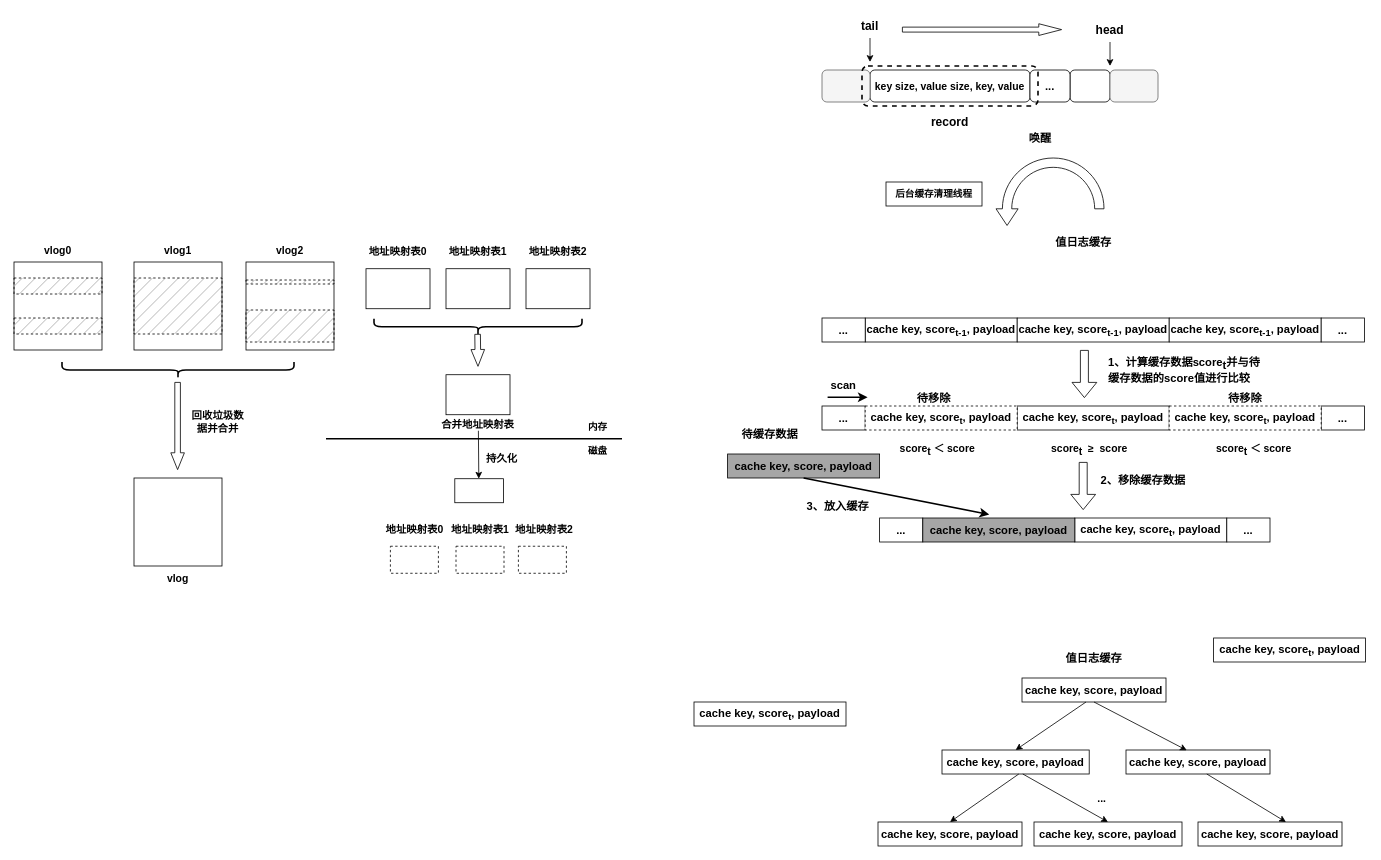
yeqiyi/drawIO keeps this draw.io diagram as page "第 2 页" (2 of 3) of RabbitKV.drawio. Above is the earlier version. Source tidied: cells renumbered, new cells numbered last; positions are measured from the earlier drawing's top-left corner, leaving out a move shared by most shapes. Both pictures are drawn from the tidied source at 80%, with x=0, y=0 at pixel (14, 14).
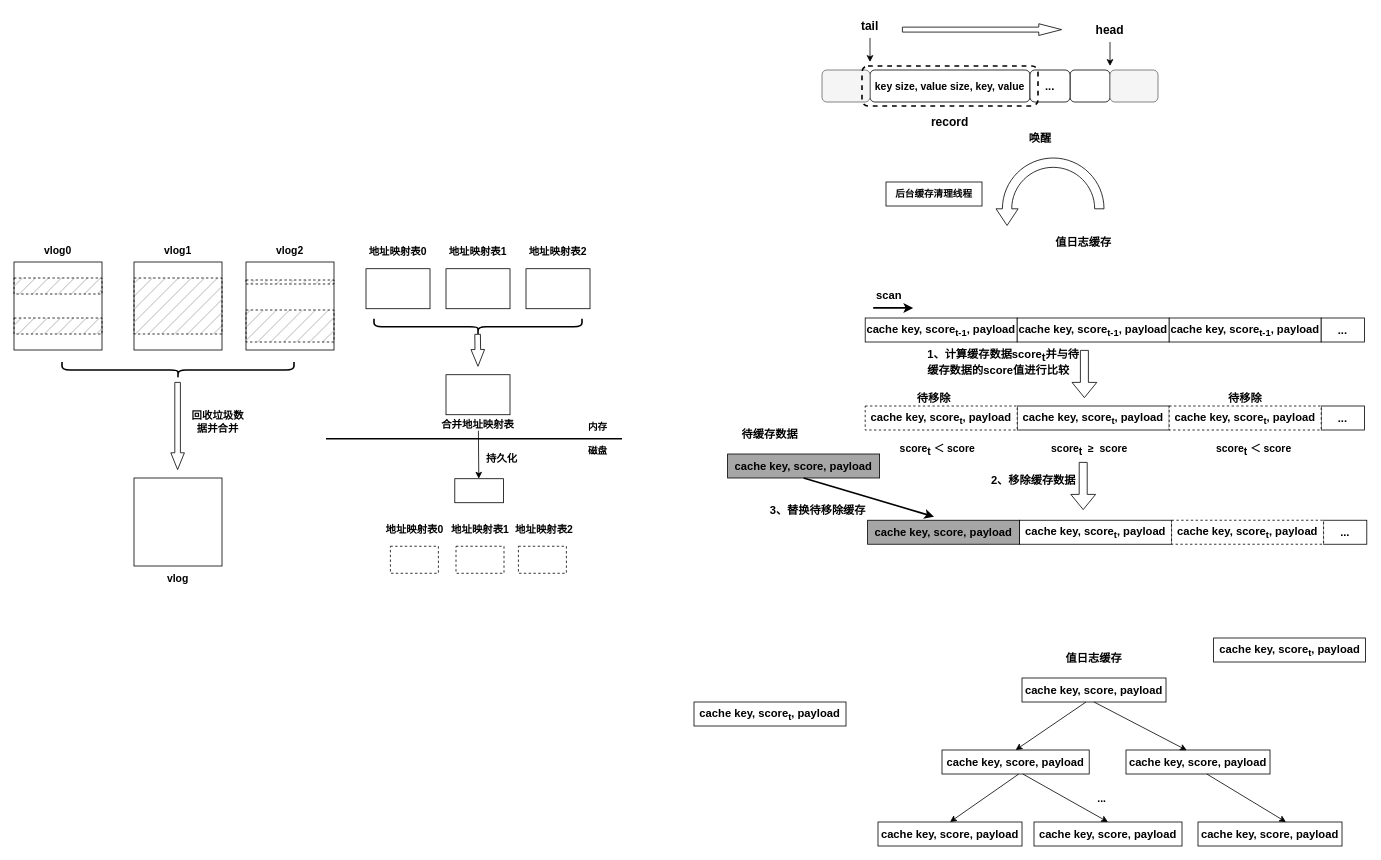
The same page after the edit.

Change to the diagram source:
```diff
@@
     <mxCell id="38" value="&lt;span style=&quot;font-size: 14px;&quot;&gt;&lt;font style=&quot;font-size: 14px;&quot;&gt;1、计算缓存数据score&lt;sub style=&quot;font-size: 14px;&quot;&gt;t&lt;/sub&gt;并与待缓存数据的score值进行比较&lt;/font&gt;&lt;/span&gt;" style="text;html=1;strokeColor=none;fillColor=none;align=left;verticalAlign=middle;whiteSpace=wrap;rounded=0;fontSize=14;fontStyle=1;" parent="1" vertex="1">
-      <mxGeometry x="1366" y="430" width="204" height="30" as="geometry" />
+      <mxGeometry x="1140" y="420.9" width="204" height="30" as="geometry" />
     </mxCell>
@@
-    <mxCell id="42" value="&lt;b&gt;&lt;font style=&quot;font-size: 14px;&quot;&gt;...&lt;/font&gt;&lt;/b&gt;" style="rounded=0;whiteSpace=wrap;html=1;" parent="1" vertex="1">
-      <mxGeometry x="1010" y="380" width="54" height="30" as="geometry" />
-    </mxCell>
@@
-    <mxCell id="44" value="&lt;b&gt;&lt;font style=&quot;font-size: 14px;&quot;&gt;...&lt;/font&gt;&lt;/b&gt;" style="rounded=0;whiteSpace=wrap;html=1;" parent="1" vertex="1">
-      <mxGeometry x="1010" y="490" width="54" height="30" as="geometry" />
-    </mxCell>
@@
     <mxCell id="49" value="&lt;b&gt;&lt;font style=&quot;font-size: 14px;&quot;&gt;2、移除缓存数据&lt;/font&gt;&lt;/b&gt;" style="text;html=1;strokeColor=none;fillColor=none;align=center;verticalAlign=middle;whiteSpace=wrap;rounded=0;" parent="1" vertex="1">
-      <mxGeometry x="1343" y="570" width="137" height="25" as="geometry" />
+      <mxGeometry x="1206" y="570" width="137" height="25" as="geometry" />
     </mxCell>
     <mxCell id="50" value="&lt;b&gt;&lt;font style=&quot;font-size: 14px;&quot;&gt;cache key, score&lt;sub&gt;t&lt;/sub&gt;, payload&lt;/font&gt;&lt;/b&gt;" style="rounded=0;whiteSpace=wrap;html=1;" parent="1" vertex="1">
-      <mxGeometry x="1326" y="630" width="190" height="30" as="geometry" />
+      <mxGeometry x="1257" y="632.8" width="190" height="30" as="geometry" />
     </mxCell>
-    <mxCell id="51" value="&lt;b&gt;&lt;font style=&quot;font-size: 14px;&quot;&gt;...&lt;/font&gt;&lt;/b&gt;" style="rounded=0;whiteSpace=wrap;html=1;" parent="1" vertex="1">
-      <mxGeometry x="1082" y="630" width="54" height="30" as="geometry" />
-    </mxCell>
     <mxCell id="52" value="&lt;b&gt;&lt;font style=&quot;font-size: 14px;&quot;&gt;...&lt;/font&gt;&lt;/b&gt;" style="rounded=0;whiteSpace=wrap;html=1;" parent="1" vertex="1">
-      <mxGeometry x="1516" y="630" width="54" height="30" as="geometry" />
+      <mxGeometry x="1637" y="632.8" width="54" height="30" as="geometry" />
     </mxCell>
@@
     <mxCell id="55" style="endArrow=classic;html=1;rounded=0;strokeWidth=2;" parent="1" edge="1">
       <mxGeometry relative="1" as="geometry">
-        <mxPoint x="1017" y="479" as="sourcePoint" />
-        <mxPoint x="1067" y="479" as="targetPoint" />
+        <mxPoint x="1074" y="367.4" as="sourcePoint" />
+        <mxPoint x="1124" y="367.4" as="targetPoint" />
       </mxGeometry>
     </mxCell>
     <mxCell id="56" value="&lt;span style=&quot;font-size: 14px;&quot;&gt;&lt;b&gt;scan&lt;/b&gt;&lt;/span&gt;" style="text;html=1;strokeColor=none;fillColor=none;align=center;verticalAlign=middle;whiteSpace=wrap;rounded=0;" parent="1" vertex="1">
-      <mxGeometry x="1007" y="449" width="60" height="30" as="geometry" />
+      <mxGeometry x="1064" y="337.4" width="60" height="30" as="geometry" />
     </mxCell>
@@
     <mxCell id="59" value="&lt;b&gt;&lt;font style=&quot;font-size: 14px;&quot;&gt;cache key, score, payload&lt;/font&gt;&lt;/b&gt;" style="rounded=0;whiteSpace=wrap;html=1;fillColor=#A6A6A6;" parent="1" vertex="1">
-      <mxGeometry x="1136" y="630" width="190" height="30" as="geometry" />
+      <mxGeometry x="1067" y="632.8" width="190" height="30" as="geometry" />
     </mxCell>
@@
-    <mxCell id="61" value="&lt;span style=&quot;font-size: 14px;&quot;&gt;&lt;b&gt;3、放入缓存&lt;/b&gt;&lt;/span&gt;" style="text;html=1;strokeColor=none;fillColor=none;align=center;verticalAlign=middle;whiteSpace=wrap;rounded=0;" parent="1" vertex="1">
-      <mxGeometry x="990" y="600" width="80" height="30" as="geometry" />
+    <mxCell id="61" value="&lt;span style=&quot;font-size: 14px;&quot;&gt;&lt;b&gt;3、替换待移除缓存&lt;/b&gt;&lt;/span&gt;" style="text;html=1;strokeColor=none;fillColor=none;align=center;verticalAlign=middle;whiteSpace=wrap;rounded=0;" parent="1" vertex="1">
+      <mxGeometry x="940" y="600" width="130" height="40" as="geometry" />
     </mxCell>
@@
+    <mxCell id="100" value="&lt;b&gt;&lt;font style=&quot;font-size: 14px;&quot;&gt;cache key, score&lt;sub&gt;t&lt;/sub&gt;, payload&lt;/font&gt;&lt;/b&gt;" style="rounded=0;whiteSpace=wrap;html=1;dashed=1;" parent="1" vertex="1">
+      <mxGeometry x="1447" y="632.8" width="190" height="30" as="geometry" />
+    </mxCell>
```
